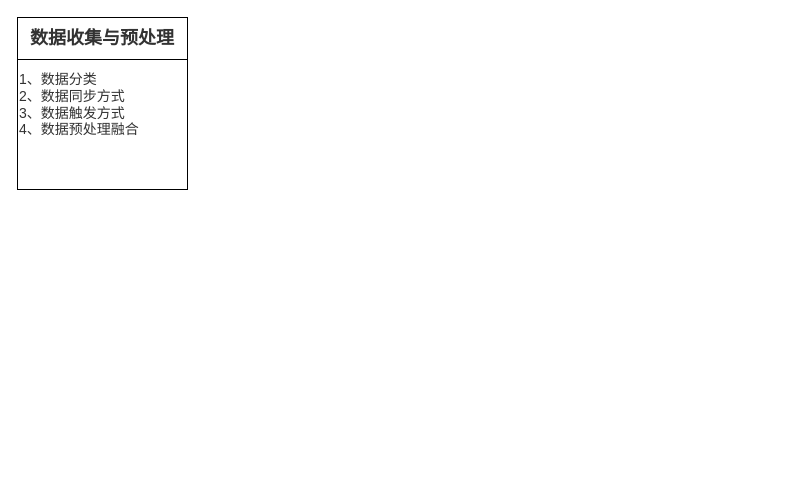
Above: 未命名绘图.drawio in LeonDev1024/iodraw-files (draw.io), before the change. Source tidied: cells renumbered, new cells numbered last; positions are measured from the earlier drawing's top-left corner, leaving out a move shared by most shapes. Both pictures are drawn from the tidied source at 100%, with x=0, y=0 at pixel (17, 17).
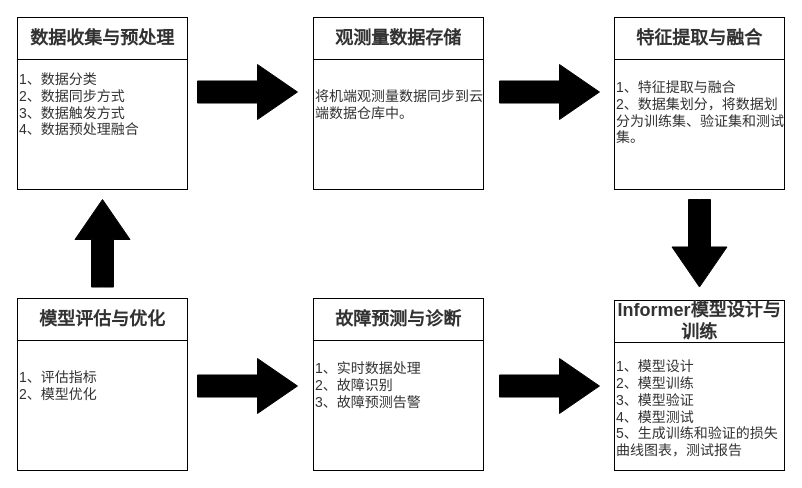
The same page after the edit.

Commit message:
更新未命名绘图.drawio

Diff of the diagram source:
```diff
@@
 <mxGraphModel>
   <root>
     <mxCell id="0" />
     <mxCell id="1" parent="0" />
     <mxCell id="2" value="&lt;span style=&quot;color: rgb(50, 50, 50); font-family: &amp;quot;Microsoft YaHei&amp;quot;, 微软雅黑, Arial; font-size: 14px; background-color: rgba(255, 255, 255, 0.01);&quot;&gt;1、数据分类&lt;/span&gt;&lt;div style=&quot;resize: none; outline: none; font-size: 14px; color: rgb(50, 50, 50); font-family: &amp;quot;Microsoft YaHei&amp;quot;, 微软雅黑, Arial;&quot;&gt;2、数据同步方式&lt;/div&gt;&lt;div style=&quot;resize: none; outline: none; font-size: 14px; color: rgb(50, 50, 50); font-family: &amp;quot;Microsoft YaHei&amp;quot;, 微软雅黑, Arial;&quot;&gt;3、数据触发方式&lt;/div&gt;&lt;div style=&quot;resize: none; outline: none; font-size: 14px; color: rgb(50, 50, 50); font-family: &amp;quot;Microsoft YaHei&amp;quot;, 微软雅黑, Arial;&quot;&gt;4、数据预处理融合&lt;/div&gt;" style="whiteSpace=wrap;html=1;align=left;verticalAlign=middle;" parent="1" vertex="1">
       <mxGeometry y="2" width="170" height="170" as="geometry" />
     </mxCell>
     <mxCell id="3" value="&lt;span style=&quot;color: rgb(50, 50, 50); font-family: &amp;quot;Microsoft YaHei&amp;quot;, 微软雅黑, Arial; font-size: 18px; font-weight: 700; background-color: rgba(255, 255, 255, 0.01);&quot;&gt;数据收集与预处理&lt;/span&gt;" style="rounded=0;whiteSpace=wrap;html=1;" parent="1" vertex="1">
       <mxGeometry width="170" height="42" as="geometry" />
     </mxCell>
+    <mxCell id="4" value="&lt;span style=&quot;color: rgb(50, 50, 50); font-family: &amp;quot;Microsoft YaHei&amp;quot;, 微软雅黑, Arial; font-size: 14px; background-color: rgba(255, 255, 255, 0.01);&quot;&gt;将机端观测量数据同步到云端数据仓库中。&lt;/span&gt;" style="whiteSpace=wrap;html=1;align=left;verticalAlign=middle;" parent="1" vertex="1">
+      <mxGeometry x="296" y="2" width="170" height="170" as="geometry" />
+    </mxCell>
+    <mxCell id="5" value="&lt;span style=&quot;color: rgb(50, 50, 50); font-family: &amp;quot;Microsoft YaHei&amp;quot;, 微软雅黑, Arial; font-size: 18px; font-weight: 700; background-color: rgba(255, 255, 255, 0.01);&quot;&gt;观测量数据存储&lt;/span&gt;" style="rounded=0;whiteSpace=wrap;html=1;" parent="1" vertex="1">
+      <mxGeometry x="296" width="170" height="42" as="geometry" />
+    </mxCell>
+    <mxCell id="6" value="&lt;span style=&quot;color: rgb(50, 50, 50); font-family: &amp;quot;Microsoft YaHei&amp;quot;, 微软雅黑, Arial; font-size: 14px; background-color: rgba(255, 255, 255, 0.01);&quot;&gt;1、特征提取与融合&lt;/span&gt;&lt;div style=&quot;resize: none; outline: none; font-size: 14px; color: rgb(50, 50, 50); font-family: &amp;quot;Microsoft YaHei&amp;quot;, 微软雅黑, Arial;&quot;&gt;2、数据集划分，将数据划分为训练集、验证集和测试集。&lt;/div&gt;" style="whiteSpace=wrap;html=1;align=left;verticalAlign=middle;spacingBottom=-16;" parent="1" vertex="1">
+      <mxGeometry x="597" y="2" width="170" height="170" as="geometry" />
+    </mxCell>
+    <mxCell id="7" value="&lt;span style=&quot;color: rgb(50, 50, 50); font-family: &amp;quot;Microsoft YaHei&amp;quot;, 微软雅黑, Arial; font-size: 18px; font-weight: 700; background-color: rgba(255, 255, 255, 0.01);&quot;&gt;特征提取与融合&lt;/span&gt;" style="rounded=0;whiteSpace=wrap;html=1;" parent="1" vertex="1">
+      <mxGeometry x="597" width="170" height="42" as="geometry" />
+    </mxCell>
+    <mxCell id="8" value="&lt;span style=&quot;color: rgb(50, 50, 50); font-family: &amp;quot;Microsoft YaHei&amp;quot;, 微软雅黑, Arial; font-size: 14px; background-color: rgba(255, 255, 255, 0.01);&quot;&gt;1、评估指标&lt;/span&gt;&lt;div style=&quot;resize: none; outline: none; font-size: 14px; color: rgb(50, 50, 50); font-family: &amp;quot;Microsoft YaHei&amp;quot;, 微软雅黑, Arial;&quot;&gt;2、模型优化&lt;/div&gt;" style="whiteSpace=wrap;html=1;align=left;verticalAlign=middle;" parent="1" vertex="1">
+      <mxGeometry y="283" width="170" height="170" as="geometry" />
+    </mxCell>
+    <mxCell id="9" value="&lt;span style=&quot;color: rgb(50, 50, 50); font-family: &amp;quot;Microsoft YaHei&amp;quot;, 微软雅黑, Arial; font-size: 18px; font-weight: 700; background-color: rgba(255, 255, 255, 0.01);&quot;&gt;模型评估与优化&lt;/span&gt;" style="rounded=0;whiteSpace=wrap;html=1;" parent="1" vertex="1">
+      <mxGeometry y="281" width="170" height="42" as="geometry" />
+    </mxCell>
+    <mxCell id="10" value="&lt;span style=&quot;color: rgb(50, 50, 50); font-family: &amp;quot;Microsoft YaHei&amp;quot;, 微软雅黑, Arial; font-size: 14px; background-color: rgba(255, 255, 255, 0.01);&quot;&gt;1、实时数据处理&lt;/span&gt;&lt;div style=&quot;resize: none; outline: none; font-size: 14px; color: rgb(50, 50, 50); font-family: &amp;quot;Microsoft YaHei&amp;quot;, 微软雅黑, Arial;&quot;&gt;2、故障识别&lt;/div&gt;&lt;div style=&quot;resize: none; outline: none; font-size: 14px; color: rgb(50, 50, 50); font-family: &amp;quot;Microsoft YaHei&amp;quot;, 微软雅黑, Arial;&quot;&gt;3、故障预测告警&lt;/div&gt;" style="whiteSpace=wrap;html=1;align=left;verticalAlign=middle;" parent="1" vertex="1">
+      <mxGeometry x="296" y="283" width="170" height="170" as="geometry" />
+    </mxCell>
+    <mxCell id="11" value="&lt;span style=&quot;color: rgb(50, 50, 50); font-family: &amp;quot;Microsoft YaHei&amp;quot;, 微软雅黑, Arial; font-size: 18px; font-weight: 700; background-color: rgba(255, 255, 255, 0.01);&quot;&gt;故障预测与诊断&lt;/span&gt;" style="rounded=0;whiteSpace=wrap;html=1;" parent="1" vertex="1">
+      <mxGeometry x="296" y="281" width="170" height="42" as="geometry" />
+    </mxCell>
+    <mxCell id="12" value="&lt;span style=&quot;color: rgb(50, 50, 50); font-family: &amp;quot;Microsoft YaHei&amp;quot;, 微软雅黑, Arial; font-size: 14px; background-color: rgba(255, 255, 255, 0.01);&quot;&gt;1、模型设计&lt;/span&gt;&lt;div style=&quot;resize: none; outline: none; font-size: 14px; color: rgb(50, 50, 50); font-family: &amp;quot;Microsoft YaHei&amp;quot;, 微软雅黑, Arial;&quot;&gt;2、模型训练&lt;br&gt;&lt;div style=&quot;resize: none; outline: none; font-size: inherit;&quot;&gt;3、模型验证&lt;/div&gt;&lt;div style=&quot;resize: none; outline: none; font-size: inherit;&quot;&gt;4、模型测试&lt;/div&gt;&lt;div style=&quot;resize: none; outline: none; font-size: inherit;&quot;&gt;5、生成训练和验证的损失曲线图表，测试报告&lt;/div&gt;&lt;/div&gt;" style="whiteSpace=wrap;html=1;align=left;verticalAlign=bottom;spacingBottom=9;" parent="1" vertex="1">
+      <mxGeometry x="597" y="283" width="170" height="170" as="geometry" />
+    </mxCell>
+    <mxCell id="13" value="&lt;span style=&quot;color: rgb(50, 50, 50); font-family: &amp;quot;Microsoft YaHei&amp;quot;, 微软雅黑, Arial; font-size: 18px; font-weight: 700; background-color: rgba(255, 255, 255, 0.01);&quot;&gt;Informer模型设计与训练&lt;/span&gt;" style="rounded=0;whiteSpace=wrap;html=1;" parent="1" vertex="1">
+      <mxGeometry x="597" y="283" width="170" height="42" as="geometry" />
+    </mxCell>
+    <mxCell id="14" style="html=1;shadow=0;dashed=0;align=center;verticalAlign=middle;shape=mxgraph.arrows2.arrow;dy=0.6;dx=40;notch=0;labelBackgroundColor=#000000;fillColor=#000000;" parent="1" vertex="1">
+      <mxGeometry x="180" y="47" width="100" height="55" as="geometry" />
+    </mxCell>
+    <mxCell id="15" style="html=1;shadow=0;dashed=0;align=center;verticalAlign=middle;shape=mxgraph.arrows2.arrow;dy=0.6;dx=40;notch=0;labelBackgroundColor=#000000;fillColor=#000000;" parent="1" vertex="1">
+      <mxGeometry x="482" y="47" width="100" height="55" as="geometry" />
+    </mxCell>
+    <mxCell id="16" style="html=1;shadow=0;dashed=0;align=center;verticalAlign=middle;shape=mxgraph.arrows2.arrow;dy=0.6;dx=40;notch=0;labelBackgroundColor=#000000;fillColor=#000000;" parent="1" vertex="1">
+      <mxGeometry x="180" y="341" width="100" height="55" as="geometry" />
+    </mxCell>
+    <mxCell id="17" style="html=1;shadow=0;dashed=0;align=center;verticalAlign=middle;shape=mxgraph.arrows2.arrow;dy=0.6;dx=40;notch=0;labelBackgroundColor=#000000;fillColor=#000000;" parent="1" vertex="1">
+      <mxGeometry x="482" y="341" width="100" height="55" as="geometry" />
+    </mxCell>
+    <mxCell id="18" style="html=1;shadow=0;dashed=0;align=center;verticalAlign=middle;shape=mxgraph.arrows2.arrow;dy=0.6;dx=40;notch=0;labelBackgroundColor=#000000;fillColor=#000000;direction=north;" parent="1" vertex="1">
+      <mxGeometry x="57.5" y="182" width="55" height="87.5" as="geometry" />
+    </mxCell>
+    <mxCell id="19" style="html=1;shadow=0;dashed=0;align=center;verticalAlign=middle;shape=mxgraph.arrows2.arrow;dy=0.6;dx=40;notch=0;labelBackgroundColor=#000000;fillColor=#000000;direction=south;" parent="1" vertex="1">
+      <mxGeometry x="654.5" y="182" width="55" height="87.5" as="geometry" />
+    </mxCell>
   </root>
 </mxGraphModel>
```
